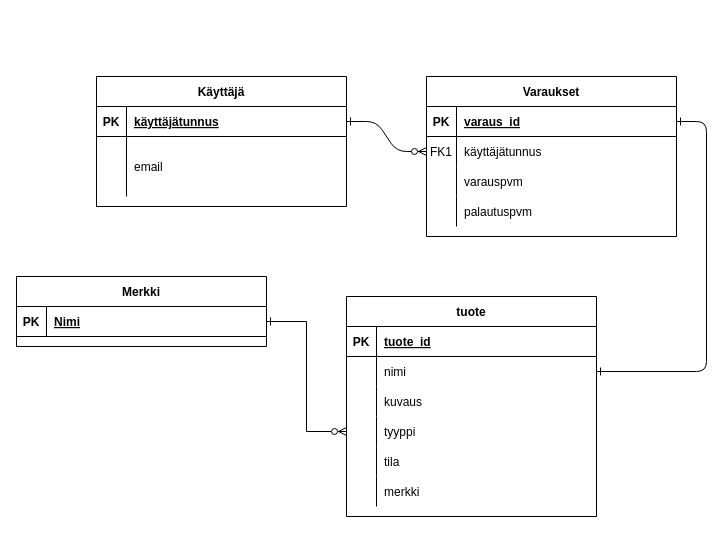
The draw.io diagram lainatehtailijat/lainatehdas.drawio in Teemu-Kostamo/lainatehtailijat, before the edit. Source tidied: cells renumbered, new cells numbered last; positions are measured from the earlier drawing's top-left corner, leaving out a move shared by most shapes. Both pictures are drawn from the tidied source at 100%, with x=0, y=0 at pixel (16, 76).
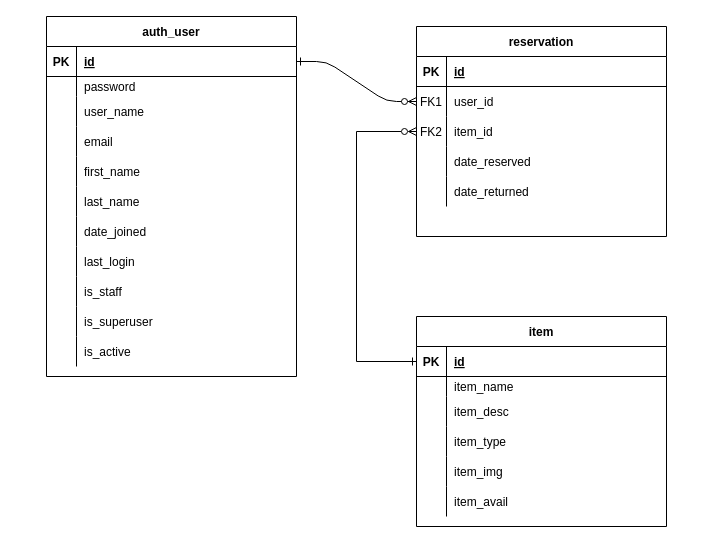
The same page after the edit.

Commit message (it also covers changes not shown here):
päivitetty drawio ja lisätty loppuraportti. Lisätty project.txt tiedostoon osa tiedoista

The change refers to these unchanged cells:
```xml
<mxCell id="5" style="shape=partialRectangle;fillColor=none;points=[[0,0.5],[1,0.5]];portConstraint=eastwest;top=0;left=0;right=0;bottom=1;" parent="4" vertex="1">
  <mxGeometry y="30" width="250" height="30" as="geometry" />
</mxCell>
<mxCell id="8" style="shape=partialRectangle;fillColor=none;points=[[0,0.5],[1,0.5]];portConstraint=eastwest;top=0;left=0;right=0;bottom=0;" parent="4" vertex="1">
  <mxGeometry y="60" width="250" height="30" as="geometry" />
</mxCell>
<mxCell id="11" style="shape=partialRectangle;fillColor=none;points=[[0,0.5],[1,0.5]];portConstraint=eastwest;top=0;left=0;right=0;bottom=0;" parent="4" vertex="1">
  <mxGeometry y="90" width="250" height="30" as="geometry" />
</mxCell>
<mxCell id="14" style="shape=partialRectangle;fillColor=none;top=0;left=0;right=0;bottom=0;" parent="4" vertex="1">
  <mxGeometry y="120" width="250" height="30" as="geometry" />
</mxCell>
<mxCell id="18" style="shape=partialRectangle;fillColor=none;points=[[0,0.5],[1,0.5]];portConstraint=eastwest;top=0;left=0;right=0;bottom=1;" parent="17" vertex="1">
  <mxGeometry y="30" width="250" height="30" as="geometry" />
</mxCell>
```

Change to the diagram source:
```diff
@@
-    <mxCell id="2" style="edgeStyle=entityRelationEdgeStyle;endArrow=ERzeroToMany;startArrow=ERone;endFill=1;startFill=0;" parent="1" edge="1" source="37" target="8">
+    <mxCell id="2" style="edgeStyle=entityRelationEdgeStyle;endArrow=ERzeroToMany;startArrow=ERone;endFill=1;startFill=0;exitX=1;exitY=0.5;exitDx=0;exitDy=0;" parent="1" edge="1" source="53" target="8">
       <mxGeometry relative="1" as="geometry" />
     </mxCell>
-    <mxCell id="3" style="edgeStyle=entityRelationEdgeStyle;endArrow=ERone;startArrow=ERone;endFill=0;startFill=0;" parent="1" edge="1" source="5" target="21">
-      <mxGeometry relative="1" as="geometry" />
-    </mxCell>
-    <mxCell id="4" value="Varaukset" style="shape=table;startSize=30;childLayout=tableLayout;rowLines=0;fontStyle=1;align=center;" parent="1" vertex="1">
-      <mxGeometry x="410" width="250" height="160" as="geometry" />
+    <mxCell id="4" value="reservation" style="shape=table;startSize=30;childLayout=tableLayout;rowLines=0;fontStyle=1;align=center;" parent="1" vertex="1">
+      <mxGeometry x="400" y="-50" width="250" height="210" as="geometry" />
     </mxCell>
@@
-    <mxCell id="7" value="varaus_id" style="shape=partialRectangle;overflow=hidden;fillColor=none;top=0;left=0;bottom=0;right=0;align=left;spacingLeft=6;fontStyle=5;" parent="5" vertex="1">
+    <mxCell id="7" value="id" style="shape=partialRectangle;overflow=hidden;fillColor=none;top=0;left=0;bottom=0;right=0;align=left;spacingLeft=6;fontStyle=5;" parent="5" vertex="1">
       <mxGeometry x="30" width="220" height="30" as="geometry" />
     </mxCell>
@@
-    <mxCell id="10" value="käyttäjätunnus" style="shape=partialRectangle;overflow=hidden;fillColor=none;top=0;left=0;bottom=0;right=0;align=left;spacingLeft=6;" parent="8" vertex="1">
+    <mxCell id="10" value="user_id" style="shape=partialRectangle;overflow=hidden;fillColor=none;top=0;left=0;bottom=0;right=0;align=left;spacingLeft=6;" parent="8" vertex="1">
       <mxGeometry x="30" width="220" height="30" as="geometry" />
     </mxCell>
@@
-    <mxCell id="12" style="shape=partialRectangle;overflow=hidden;fillColor=none;top=0;left=0;bottom=0;right=0;" parent="11" vertex="1">
+    <mxCell id="12" value="FK2" style="shape=partialRectangle;overflow=hidden;fillColor=none;top=0;left=0;bottom=0;right=0;" parent="11" vertex="1">
       <mxGeometry width="30" height="30" as="geometry" />
     </mxCell>
-    <mxCell id="13" value="varauspvm" style="shape=partialRectangle;overflow=hidden;fillColor=none;top=0;left=0;bottom=0;right=0;align=left;spacingLeft=6;" parent="11" vertex="1">
+    <mxCell id="13" value="item_id" style="shape=partialRectangle;overflow=hidden;fillColor=none;top=0;left=0;bottom=0;right=0;align=left;spacingLeft=6;" parent="11" vertex="1">
       <mxGeometry x="30" width="220" height="30" as="geometry" />
     </mxCell>
@@
-    <mxCell id="16" value="palautuspvm" style="shape=partialRectangle;overflow=hidden;fillColor=none;top=0;left=0;bottom=0;right=0;align=left;spacingLeft=6;" parent="14" vertex="1">
+    <mxCell id="16" value="date_reserved            " style="shape=partialRectangle;overflow=hidden;fillColor=none;top=0;left=0;bottom=0;right=0;align=left;spacingLeft=6;" parent="14" vertex="1">
       <mxGeometry x="30" width="220" height="30" as="geometry" />
     </mxCell>
+    <mxCell id="48" style="shape=partialRectangle;fillColor=none;top=0;left=0;right=0;bottom=0;" parent="4" vertex="1">
+      <mxGeometry y="150" width="250" height="30" as="geometry" />
+    </mxCell>
+    <mxCell id="49" style="shape=partialRectangle;overflow=hidden;fillColor=none;top=0;left=0;bottom=0;right=0;" parent="48" vertex="1">
+      <mxGeometry width="30" height="30" as="geometry" />
+    </mxCell>
+    <mxCell id="50" value="date_returned     " style="shape=partialRectangle;overflow=hidden;fillColor=none;top=0;left=0;bottom=0;right=0;align=left;spacingLeft=6;" parent="48" vertex="1">
+      <mxGeometry x="30" width="220" height="30" as="geometry" />
+    </mxCell>
-    <mxCell id="17" value="tuote" style="shape=table;startSize=30;childLayout=tableLayout;rowLines=0;fontStyle=1;align=center;" parent="1" vertex="1">
-      <mxGeometry x="330" y="220" width="250" height="220" as="geometry" />
+    <mxCell id="17" value="item" style="shape=table;startSize=30;childLayout=tableLayout;rowLines=0;fontStyle=1;align=center;" parent="1" vertex="1">
+      <mxGeometry x="400" y="240" width="250" height="210" as="geometry" />
     </mxCell>
@@
-    <mxCell id="20" value="tuote_id" style="shape=partialRectangle;overflow=hidden;fillColor=none;top=0;left=0;bottom=0;right=0;align=left;spacingLeft=6;fontStyle=5;" parent="18" vertex="1">
+    <mxCell id="20" value="id" style="shape=partialRectangle;overflow=hidden;fillColor=none;top=0;left=0;bottom=0;right=0;align=left;spacingLeft=6;fontStyle=5;" parent="18" vertex="1">
       <mxGeometry x="30" width="220" height="30" as="geometry" />
     </mxCell>
     <mxCell id="21" style="shape=partialRectangle;fillColor=none;points=[[0,0.5],[1,0.5]];portConstraint=eastwest;top=0;left=0;right=0;bottom=0;" parent="17" vertex="1">
-      <mxGeometry y="60" width="250" height="30" as="geometry" />
+      <mxGeometry y="60" width="250" height="20" as="geometry" />
     </mxCell>
     <mxCell id="22" style="shape=partialRectangle;overflow=hidden;fillColor=none;top=0;left=0;bottom=0;right=0;" parent="21" vertex="1">
-      <mxGeometry width="30" height="30" as="geometry" />
+      <mxGeometry width="30" height="20" as="geometry" />
     </mxCell>
-    <mxCell id="23" value="nimi" style="shape=partialRectangle;overflow=hidden;fillColor=none;top=0;left=0;bottom=0;right=0;align=left;spacingLeft=6;" parent="21" vertex="1">
-      <mxGeometry x="30" width="220" height="30" as="geometry" />
+    <mxCell id="23" value="item_name" style="shape=partialRectangle;overflow=hidden;fillColor=none;top=0;left=0;bottom=0;right=0;align=left;spacingLeft=6;" parent="21" vertex="1">
+      <mxGeometry x="30" width="220" height="20" as="geometry" />
     </mxCell>
     <mxCell id="24" style="shape=partialRectangle;fillColor=none;top=0;left=0;right=0;bottom=0;" parent="17" vertex="1">
-      <mxGeometry y="90" width="250" height="30" as="geometry" />
+      <mxGeometry y="80" width="250" height="30" as="geometry" />
     </mxCell>
@@
-    <mxCell id="26" value="kuvaus" style="shape=partialRectangle;overflow=hidden;fillColor=none;top=0;left=0;bottom=0;right=0;align=left;spacingLeft=6;" parent="24" vertex="1">
+    <mxCell id="26" value="item_desc" style="shape=partialRectangle;overflow=hidden;fillColor=none;top=0;left=0;bottom=0;right=0;align=left;spacingLeft=6;" parent="24" vertex="1">
       <mxGeometry x="30" width="220" height="30" as="geometry" />
     </mxCell>
     <mxCell id="27" style="shape=partialRectangle;fillColor=none;points=[[0,0.5],[1,0.5]];portConstraint=eastwest;top=0;left=0;right=0;bottom=0;" parent="17" vertex="1">
-      <mxGeometry y="120" width="250" height="30" as="geometry" />
+      <mxGeometry y="110" width="250" height="30" as="geometry" />
     </mxCell>
@@
-    <mxCell id="29" value="tyyppi" style="shape=partialRectangle;overflow=hidden;fillColor=none;top=0;left=0;bottom=0;right=0;align=left;spacingLeft=6;" parent="27" vertex="1">
+    <mxCell id="29" value="item_type" style="shape=partialRectangle;overflow=hidden;fillColor=none;top=0;left=0;bottom=0;right=0;align=left;spacingLeft=6;" parent="27" vertex="1">
       <mxGeometry x="30" width="220" height="30" as="geometry" />
     </mxCell>
     <mxCell id="30" style="shape=partialRectangle;fillColor=none;top=0;left=0;right=0;bottom=0;" parent="17" vertex="1">
-      <mxGeometry y="150" width="250" height="30" as="geometry" />
+      <mxGeometry y="140" width="250" height="30" as="geometry" />
     </mxCell>
@@
-    <mxCell id="32" value="tila" style="shape=partialRectangle;overflow=hidden;fillColor=none;top=0;left=0;bottom=0;right=0;align=left;spacingLeft=6;" parent="30" vertex="1">
+    <mxCell id="32" value="item_img" style="shape=partialRectangle;overflow=hidden;fillColor=none;top=0;left=0;bottom=0;right=0;align=left;spacingLeft=6;" parent="30" vertex="1">
       <mxGeometry x="30" width="220" height="30" as="geometry" />
     </mxCell>
     <mxCell id="33" style="shape=partialRectangle;fillColor=none;top=0;left=0;right=0;bottom=0;" parent="17" vertex="1">
-      <mxGeometry y="180" width="250" height="30" as="geometry" />
+      <mxGeometry y="170" width="250" height="30" as="geometry" />
     </mxCell>
@@
-    <mxCell id="35" value="merkki" style="shape=partialRectangle;overflow=hidden;fillColor=none;top=0;left=0;bottom=0;right=0;align=left;spacingLeft=6;" parent="33" vertex="1">
+    <mxCell id="35" value="item_avail" style="shape=partialRectangle;overflow=hidden;fillColor=none;top=0;left=0;bottom=0;right=0;align=left;spacingLeft=6;" parent="33" vertex="1">
       <mxGeometry x="30" width="220" height="30" as="geometry" />
     </mxCell>
-    <mxCell id="36" value="Käyttäjä" style="shape=table;startSize=30;childLayout=tableLayout;rowLines=0;fontStyle=1;align=center;" parent="1" vertex="1">
-      <mxGeometry x="80" width="250" height="130" as="geometry" />
-    </mxCell>
-    <mxCell id="37" style="shape=partialRectangle;fillColor=none;points=[[0,0.5],[1,0.5]];portConstraint=eastwest;top=0;left=0;right=0;bottom=1;" parent="36" vertex="1">
-      <mxGeometry y="30" width="250" height="30" as="geometry" />
-    </mxCell>
-    <mxCell id="38" value="PK" style="shape=partialRectangle;overflow=hidden;fillColor=none;top=0;left=0;bottom=0;right=0;fontStyle=1;" parent="37" vertex="1">
-      <mxGeometry width="30" height="30" as="geometry" />
-    </mxCell>
-    <mxCell id="39" value="käyttäjätunnus" style="shape=partialRectangle;overflow=hidden;fillColor=none;top=0;left=0;bottom=0;right=0;align=left;spacingLeft=6;fontStyle=5;" parent="37" vertex="1">
-      <mxGeometry x="30" width="220" height="30" as="geometry" />
-    </mxCell>
-    <mxCell id="40" style="shape=partialRectangle;fillColor=none;top=0;left=0;right=0;bottom=0;" parent="36" vertex="1">
-      <mxGeometry y="60" width="250" height="60" as="geometry" />
-    </mxCell>
-    <mxCell id="41" style="shape=partialRectangle;overflow=hidden;fillColor=none;top=0;left=0;bottom=0;right=0;" parent="40" vertex="1">
-      <mxGeometry width="30" height="60" as="geometry" />
-    </mxCell>
+    <mxCell id="51" style="edgeStyle=orthogonalEdgeStyle;rounded=0;jettySize=auto;html=1;entryX=0;entryY=0.5;entryDx=0;entryDy=0;startArrow=ERone;startFill=0;endArrow=ERzeroToMany;endFill=0;exitX=0;exitY=0.5;exitDx=0;exitDy=0;" parent="1" edge="1" source="18" target="11">
+      <mxGeometry relative="1" as="geometry">
+        <Array as="points">
+          <mxPoint x="340" y="285" />
+          <mxPoint x="340" y="55" />
+        </Array>
+      </mxGeometry>
+    </mxCell>
+    <mxCell id="52" value="auth_user" style="shape=table;startSize=30;childLayout=tableLayout;rowLines=0;fontStyle=1;align=center;" parent="1" vertex="1">
+      <mxGeometry x="30" y="-60" width="250" height="360" as="geometry" />
+    </mxCell>
+    <mxCell id="53" style="shape=partialRectangle;fillColor=none;points=[[0,0.5],[1,0.5]];portConstraint=eastwest;top=0;left=0;right=0;bottom=1;" parent="52" vertex="1">
+      <mxGeometry y="30" width="250" height="30" as="geometry" />
+    </mxCell>
+    <mxCell id="54" value="PK" style="shape=partialRectangle;overflow=hidden;fillColor=none;top=0;left=0;bottom=0;right=0;fontStyle=1;" parent="53" vertex="1">
+      <mxGeometry width="30" height="30" as="geometry" />
+    </mxCell>
+    <mxCell id="55" value="id" style="shape=partialRectangle;overflow=hidden;fillColor=none;top=0;left=0;bottom=0;right=0;align=left;spacingLeft=6;fontStyle=5;" parent="53" vertex="1">
+      <mxGeometry x="30" width="220" height="30" as="geometry" />
+    </mxCell>
+    <mxCell id="56" style="shape=partialRectangle;fillColor=none;top=0;left=0;right=0;bottom=0;" parent="52" vertex="1">
+      <mxGeometry y="60" width="250" height="20" as="geometry" />
+    </mxCell>
+    <mxCell id="57" style="shape=partialRectangle;overflow=hidden;fillColor=none;top=0;left=0;bottom=0;right=0;" parent="56" vertex="1">
+      <mxGeometry width="30" height="20" as="geometry" />
+    </mxCell>
+    <mxCell id="58" value="password" style="shape=partialRectangle;overflow=hidden;fillColor=none;top=0;left=0;bottom=0;right=0;align=left;spacingLeft=6;" parent="56" vertex="1">
+      <mxGeometry x="30" width="220" height="20" as="geometry" />
+    </mxCell>
+    <mxCell id="59" style="shape=partialRectangle;fillColor=none;top=0;left=0;right=0;bottom=0;" parent="52" vertex="1">
+      <mxGeometry y="80" width="250" height="30" as="geometry" />
+    </mxCell>
+    <mxCell id="60" style="shape=partialRectangle;overflow=hidden;fillColor=none;top=0;left=0;bottom=0;right=0;" parent="59" vertex="1">
+      <mxGeometry width="30" height="30" as="geometry" />
+    </mxCell>
+    <mxCell id="61" value="user_name" style="shape=partialRectangle;overflow=hidden;fillColor=none;top=0;left=0;bottom=0;right=0;align=left;spacingLeft=6;" parent="59" vertex="1">
+      <mxGeometry x="30" width="220" height="30" as="geometry" />
+    </mxCell>
+    <mxCell id="62" style="shape=partialRectangle;fillColor=none;top=0;left=0;right=0;bottom=0;" parent="52" vertex="1">
+      <mxGeometry y="110" width="250" height="30" as="geometry" />
+    </mxCell>
+    <mxCell id="63" style="shape=partialRectangle;overflow=hidden;fillColor=none;top=0;left=0;bottom=0;right=0;" parent="62" vertex="1">
+      <mxGeometry width="30" height="30" as="geometry" />
+    </mxCell>
-    <mxCell id="42" value="email" style="shape=partialRectangle;overflow=hidden;fillColor=none;top=0;left=0;bottom=0;right=0;align=left;spacingLeft=6;" parent="40" vertex="1">
-      <mxGeometry x="30" width="220" height="60" as="geometry" />
+    <mxCell id="42" value="email    " style="shape=partialRectangle;overflow=hidden;fillColor=none;top=0;left=0;bottom=0;right=0;align=left;spacingLeft=6;" parent="62" vertex="1">
+      <mxGeometry x="30" width="220" height="30" as="geometry" />
     </mxCell>
-    <mxCell id="43" value="Merkki" style="shape=table;startSize=30;childLayout=tableLayout;rowLines=0;fontStyle=1;align=center;" parent="1" vertex="1">
-      <mxGeometry y="200" width="250" height="70" as="geometry" />
-    </mxCell>
-    <mxCell id="44" style="shape=partialRectangle;fillColor=none;points=[[0,0.5],[1,0.5]];portConstraint=eastwest;top=0;left=0;right=0;bottom=1;" parent="43" vertex="1">
-      <mxGeometry y="30" width="250" height="30" as="geometry" />
-    </mxCell>
-    <mxCell id="45" value="PK" style="shape=partialRectangle;overflow=hidden;fillColor=none;top=0;left=0;bottom=0;right=0;fontStyle=1;" parent="44" vertex="1">
-      <mxGeometry width="30" height="30" as="geometry" />
-    </mxCell>
-    <mxCell id="46" value="Nimi" style="shape=partialRectangle;overflow=hidden;fillColor=none;top=0;left=0;bottom=0;right=0;align=left;spacingLeft=6;fontStyle=5;" parent="44" vertex="1">
-      <mxGeometry x="30" width="220" height="30" as="geometry" />
-    </mxCell>
-    <mxCell id="47" style="edgeStyle=orthogonalEdgeStyle;rounded=0;jettySize=auto;html=1;entryX=1;entryY=0.5;entryDx=0;entryDy=0;startArrow=ERzeroToMany;startFill=0;endArrow=ERone;endFill=0;" parent="1" edge="1" source="27" target="44">
-      <mxGeometry relative="1" as="geometry" />
-    </mxCell>
+    <mxCell id="64" style="shape=partialRectangle;fillColor=none;top=0;left=0;right=0;bottom=0;" parent="52" vertex="1">
+      <mxGeometry y="140" width="250" height="30" as="geometry" />
+    </mxCell>
+    <mxCell id="65" style="shape=partialRectangle;overflow=hidden;fillColor=none;top=0;left=0;bottom=0;right=0;" parent="64" vertex="1">
+      <mxGeometry width="30" height="30" as="geometry" />
+    </mxCell>
+    <mxCell id="66" value="first_name" style="shape=partialRectangle;overflow=hidden;fillColor=none;top=0;left=0;bottom=0;right=0;align=left;spacingLeft=6;" parent="64" vertex="1">
+      <mxGeometry x="30" width="220" height="30" as="geometry" />
+    </mxCell>
+    <mxCell id="67" style="shape=partialRectangle;fillColor=none;top=0;left=0;right=0;bottom=0;" parent="52" vertex="1">
+      <mxGeometry y="170" width="250" height="30" as="geometry" />
+    </mxCell>
+    <mxCell id="68" style="shape=partialRectangle;overflow=hidden;fillColor=none;top=0;left=0;bottom=0;right=0;" parent="67" vertex="1">
+      <mxGeometry width="30" height="30" as="geometry" />
+    </mxCell>
+    <mxCell id="69" value="last_name" style="shape=partialRectangle;overflow=hidden;fillColor=none;top=0;left=0;bottom=0;right=0;align=left;spacingLeft=6;" parent="67" vertex="1">
+      <mxGeometry x="30" width="220" height="30" as="geometry" />
+    </mxCell>
+    <mxCell id="70" style="shape=partialRectangle;fillColor=none;top=0;left=0;right=0;bottom=0;" parent="52" vertex="1">
+      <mxGeometry y="200" width="250" height="30" as="geometry" />
+    </mxCell>
+    <mxCell id="71" style="shape=partialRectangle;overflow=hidden;fillColor=none;top=0;left=0;bottom=0;right=0;" parent="70" vertex="1">
+      <mxGeometry width="30" height="30" as="geometry" />
+    </mxCell>
+    <mxCell id="72" value="date_joined" style="shape=partialRectangle;overflow=hidden;fillColor=none;top=0;left=0;bottom=0;right=0;align=left;spacingLeft=6;" parent="70" vertex="1">
+      <mxGeometry x="30" width="220" height="30" as="geometry" />
+    </mxCell>
+    <mxCell id="73" style="shape=partialRectangle;fillColor=none;top=0;left=0;right=0;bottom=0;" parent="52" vertex="1">
+      <mxGeometry y="230" width="250" height="30" as="geometry" />
+    </mxCell>
+    <mxCell id="74" style="shape=partialRectangle;overflow=hidden;fillColor=none;top=0;left=0;bottom=0;right=0;" parent="73" vertex="1">
+      <mxGeometry width="30" height="30" as="geometry" />
+    </mxCell>
+    <mxCell id="75" value="last_login" style="shape=partialRectangle;overflow=hidden;fillColor=none;top=0;left=0;bottom=0;right=0;align=left;spacingLeft=6;" parent="73" vertex="1">
+      <mxGeometry x="30" width="220" height="30" as="geometry" />
+    </mxCell>
+    <mxCell id="76" style="shape=partialRectangle;fillColor=none;top=0;left=0;right=0;bottom=0;" parent="52" vertex="1">
+      <mxGeometry y="260" width="250" height="30" as="geometry" />
+    </mxCell>
+    <mxCell id="77" style="shape=partialRectangle;overflow=hidden;fillColor=none;top=0;left=0;bottom=0;right=0;" parent="76" vertex="1">
+      <mxGeometry width="30" height="30" as="geometry" />
+    </mxCell>
+    <mxCell id="78" value="is_staff" style="shape=partialRectangle;overflow=hidden;fillColor=none;top=0;left=0;bottom=0;right=0;align=left;spacingLeft=6;" parent="76" vertex="1">
+      <mxGeometry x="30" width="220" height="30" as="geometry" />
+    </mxCell>
+    <mxCell id="79" style="shape=partialRectangle;fillColor=none;top=0;left=0;right=0;bottom=0;" parent="52" vertex="1">
+      <mxGeometry y="290" width="250" height="30" as="geometry" />
+    </mxCell>
+    <mxCell id="80" style="shape=partialRectangle;overflow=hidden;fillColor=none;top=0;left=0;bottom=0;right=0;" parent="79" vertex="1">
+      <mxGeometry width="30" height="30" as="geometry" />
+    </mxCell>
+    <mxCell id="81" value="is_superuser" style="shape=partialRectangle;overflow=hidden;fillColor=none;top=0;left=0;bottom=0;right=0;align=left;spacingLeft=6;" parent="79" vertex="1">
+      <mxGeometry x="30" width="220" height="30" as="geometry" />
+    </mxCell>
+    <mxCell id="82" style="shape=partialRectangle;fillColor=none;top=0;left=0;right=0;bottom=0;" parent="52" vertex="1">
+      <mxGeometry y="320" width="250" height="30" as="geometry" />
+    </mxCell>
+    <mxCell id="83" style="shape=partialRectangle;overflow=hidden;fillColor=none;top=0;left=0;bottom=0;right=0;" parent="82" vertex="1">
+      <mxGeometry width="30" height="30" as="geometry" />
+    </mxCell>
+    <mxCell id="84" value="is_active" style="shape=partialRectangle;overflow=hidden;fillColor=none;top=0;left=0;bottom=0;right=0;align=left;spacingLeft=6;" parent="82" vertex="1">
+      <mxGeometry x="30" width="220" height="30" as="geometry" />
+    </mxCell>
```
